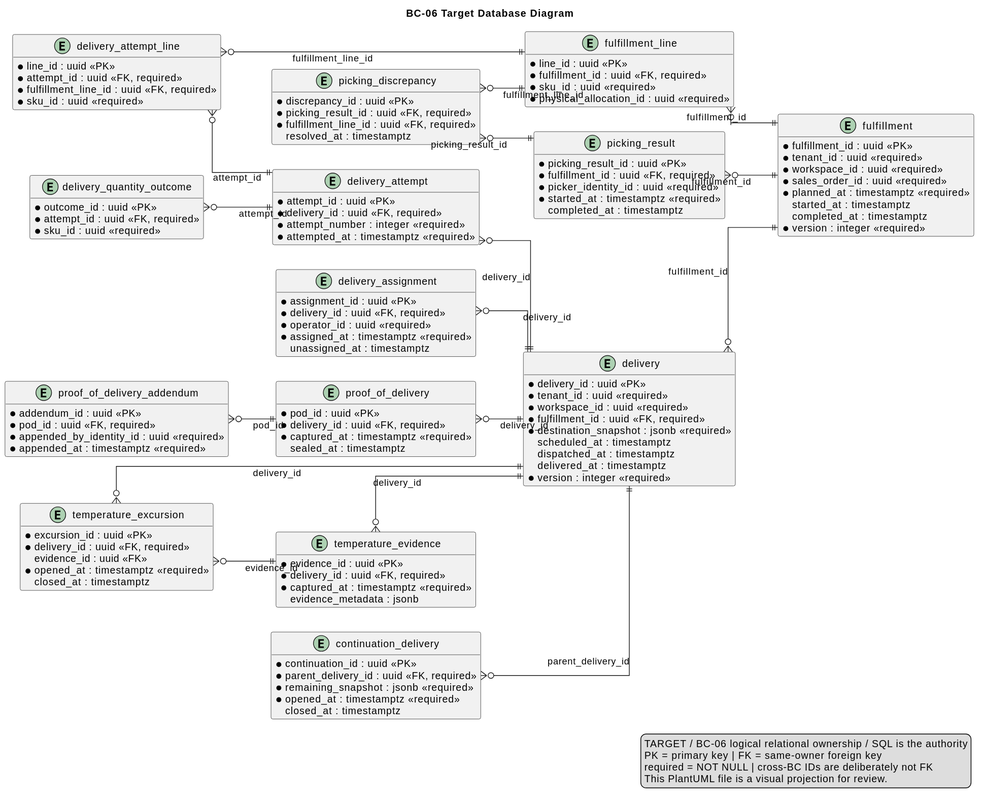
nexa-suite/blueprint keeps this PlantUML diagram as 01-shared/domain/bounded-contexts/BC-06-fulfillment-delivery/data/database-diagram.svg. Above is the earlier version. Its diagram source:
```plantuml
@startuml
title BC-06 Target Database Diagram
left to right direction
hide methods
skinparam shadowing false
skinparam linetype ortho
skinparam entity {
  BackgroundColor #F8FAFC
  BorderColor #334155
  FontColor #0F172A
}

entity "fulfillment" as t_fulfillment {
  * fulfillment_id : uuid <<PK>>
  * tenant_id : uuid <<required>>
  * workspace_id : uuid <<required>>
  * sales_order_id : uuid <<required>>
  * status : varchar(32) <<required>>
  * planned_at : timestamptz <<required>>
    started_at : timestamptz
    completed_at : timestamptz
  * version : integer <<required>>
}

entity "fulfillment_line" as t_fulfillment_line {
  * line_id : uuid <<PK>>
  * fulfillment_id : uuid <<FK, required>>
  * sku_id : uuid <<required>>
  * physical_allocation_id : uuid <<required>>
  * planned_quantity : numeric(19,6) <<required>>
  * picked_quantity : numeric(19,6) <<required>>
}

entity "picking_result" as t_picking_result {
  * picking_result_id : uuid <<PK>>
  * fulfillment_id : uuid <<FK, required>>
  * status : varchar(32) <<required>>
  * picker_identity_id : uuid <<required>>
  * started_at : timestamptz <<required>>
    completed_at : timestamptz
}

entity "picking_discrepancy" as t_picking_discrepancy {
  * discrepancy_id : uuid <<PK>>
  * picking_result_id : uuid <<FK, required>>
  * fulfillment_line_id : uuid <<FK, required>>
  * kind : varchar(32) <<required>>
  * quantity : numeric(19,6) <<required>>
    resolution : varchar(500)
    resolved_at : timestamptz
}

entity "delivery" as t_delivery {
  * delivery_id : uuid <<PK>>
  * tenant_id : uuid <<required>>
  * workspace_id : uuid <<required>>
  * fulfillment_id : uuid <<FK, required>>
  * status : varchar(32) <<required>>
  * destination_snapshot : jsonb <<required>>
    scheduled_at : timestamptz
    dispatched_at : timestamptz
    delivered_at : timestamptz
  * version : integer <<required>>
}

entity "delivery_assignment" as t_delivery_assignment {
  * assignment_id : uuid <<PK>>
  * delivery_id : uuid <<FK, required>>
  * operator_id : uuid <<required>>
    vehicle_reference : varchar(120)
  * assigned_at : timestamptz <<required>>
    unassigned_at : timestamptz
}

entity "delivery_attempt" as t_delivery_attempt {
  * attempt_id : uuid <<PK>>
  * delivery_id : uuid <<FK, required>>
  * attempt_number : integer <<required>>
  * outcome : varchar(32) <<required>>
  * attempted_at : timestamptz <<required>>
    notes : varchar(1000)
}

entity "delivery_attempt_line" as t_delivery_attempt_line {
  * line_id : uuid <<PK>>
  * attempt_id : uuid <<FK, required>>
  * fulfillment_line_id : uuid <<FK, required>>
  * sku_id : uuid <<required>>
  * attempted_quantity : numeric(19,6) <<required>>
  * received_quantity : numeric(19,6) <<required>>
}

entity "delivery_quantity_outcome" as t_delivery_quantity_outcome {
  * outcome_id : uuid <<PK>>
  * attempt_id : uuid <<FK, required>>
  * sku_id : uuid <<required>>
  * fulfilled_quantity : numeric(19,6) <<required>>
  * short_quantity : numeric(19,6) <<required>>
    reason : varchar(500)
}

entity "proof_of_delivery" as t_proof_of_delivery {
  * pod_id : uuid <<PK>>
  * delivery_id : uuid <<FK, required>>
  * status : varchar(32) <<required>>
    recipient_name : varchar(200)
    signature_object_key : varchar(500)
  * captured_at : timestamptz <<required>>
    sealed_at : timestamptz
}

entity "proof_of_delivery_addendum" as t_proof_of_delivery_addendum {
  * addendum_id : uuid <<PK>>
  * pod_id : uuid <<FK, required>>
  * reason : varchar(500) <<required>>
    evidence_object_key : varchar(500)
  * appended_by_identity_id : uuid <<required>>
  * appended_at : timestamptz <<required>>
}

entity "temperature_evidence" as t_temperature_evidence {
  * evidence_id : uuid <<PK>>
  * delivery_id : uuid <<FK, required>>
  * captured_at : timestamptz <<required>>
  * temperature_celsius : numeric(8,3) <<required>>
  * source : varchar(80) <<required>>
    evidence_metadata : jsonb
}

entity "temperature_excursion" as t_temperature_excursion {
  * excursion_id : uuid <<PK>>
  * delivery_id : uuid <<FK, required>>
    evidence_id : uuid <<FK>>
  * status : varchar(32) <<required>>
  * reason : varchar(500) <<required>>
  * opened_at : timestamptz <<required>>
    closed_at : timestamptz
}

entity "continuation_delivery" as t_continuation_delivery {
  * continuation_id : uuid <<PK>>
  * parent_delivery_id : uuid <<FK, required>>
  * status : varchar(32) <<required>>
  * remaining_snapshot : jsonb <<required>>
  * opened_at : timestamptz <<required>>
    closed_at : timestamptz
}

t_fulfillment_line }o--|| t_fulfillment : fulfillment_id
t_picking_result }o--|| t_fulfillment : fulfillment_id
t_picking_discrepancy }o--|| t_picking_result : picking_result_id
t_picking_discrepancy }o--|| t_fulfillment_line : fulfillment_line_id
t_delivery }o--|| t_fulfillment : fulfillment_id
t_delivery_assignment }o--|| t_delivery : delivery_id
t_delivery_attempt }o--|| t_delivery : delivery_id
t_delivery_attempt_line }o--|| t_delivery_attempt : attempt_id
t_delivery_attempt_line }o--|| t_fulfillment_line : fulfillment_line_id
t_delivery_quantity_outcome }o--|| t_delivery_attempt : attempt_id
t_proof_of_delivery }o--|| t_delivery : delivery_id
t_proof_of_delivery_addendum }o--|| t_proof_of_delivery : pod_id
t_temperature_evidence }o--|| t_delivery : delivery_id
t_temperature_excursion }o--|| t_delivery : delivery_id
t_temperature_excursion }o--|| t_temperature_evidence : evidence_id
t_continuation_delivery }o--|| t_delivery : parent_delivery_id

legend right
TARGET / BC-06 logical relational ownership / SQL is the authority
PK = primary key | FK = same-owner foreign key
required = NOT NULL | cross-BC IDs are deliberately not FK
This PlantUML file is a visual projection for review.
endlegend
@enduml
```
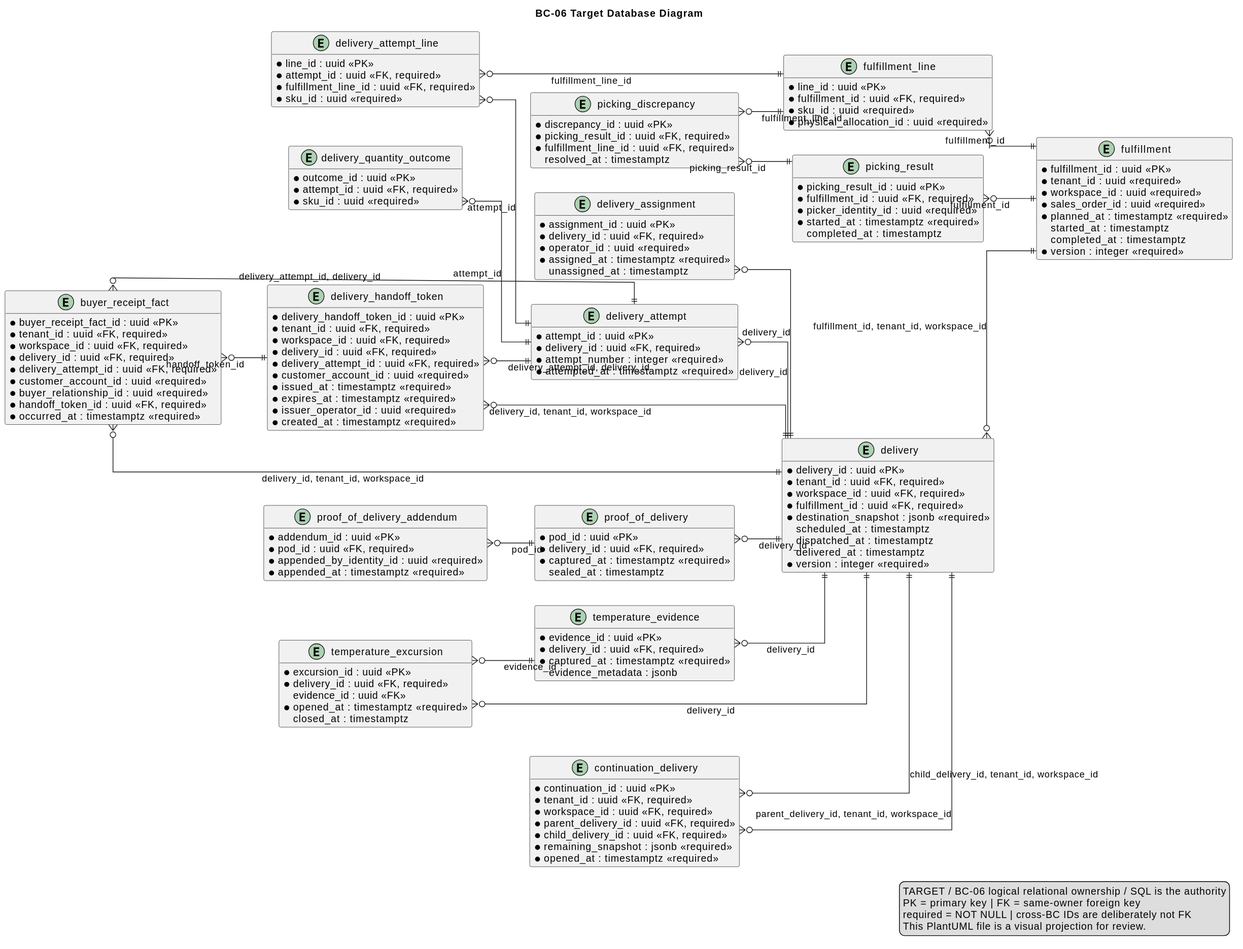
Later version of the same file.

The edit, as a diff of the source:
```diff
@@ -52,8 +52,8 @@
 
 entity "delivery" as t_delivery {
   * delivery_id : uuid <<PK>>
-  * tenant_id : uuid <<required>>
-  * workspace_id : uuid <<required>>
+  * tenant_id : uuid <<FK, required>>
+  * workspace_id : uuid <<FK, required>>
   * fulfillment_id : uuid <<FK, required>>
   * status : varchar(32) <<required>>
   * destination_snapshot : jsonb <<required>>
@@ -99,6 +99,39 @@
     reason : varchar(500)
 }
 
+entity "delivery_handoff_token" as t_delivery_handoff_token {
+  * delivery_handoff_token_id : uuid <<PK>>
+  * tenant_id : uuid <<FK, required>>
+  * workspace_id : uuid <<FK, required>>
+  * delivery_id : uuid <<FK, required>>
+  * delivery_attempt_id : uuid <<FK, required>>
+  * customer_account_id : uuid <<required>>
+  * token_hash : char(64) <<required>>
+  * issued_at : timestamptz <<required>>
+  * expires_at : timestamptz <<required>>
+  * issuer_operator_id : uuid <<required>>
+  * status : varchar(32) <<required>>
+  * idempotency_key : varchar(160) <<required>>
+  * created_at : timestamptz <<required>>
+}
+
+entity "buyer_receipt_fact" as t_buyer_receipt_fact {
+  * buyer_receipt_fact_id : uuid <<PK>>
+  * tenant_id : uuid <<FK, required>>
+  * workspace_id : uuid <<FK, required>>
+  * delivery_id : uuid <<FK, required>>
+  * delivery_attempt_id : uuid <<FK, required>>
+  * customer_account_id : uuid <<required>>
+  * buyer_relationship_id : uuid <<required>>
+  * handoff_token_id : uuid <<FK, required>>
+  * decision : varchar(32) <<required>>
+  * driver_delivered_quantity : numeric(19,6) <<required>>
+  * accepted_quantity : numeric(19,6) <<required>>
+    reason : varchar(2000)
+  * occurred_at : timestamptz <<required>>
+  * idempotency_key : varchar(160) <<required>>
+}
+
 entity "proof_of_delivery" as t_proof_of_delivery {
   * pod_id : uuid <<PK>>
   * delivery_id : uuid <<FK, required>>
@@ -139,29 +172,37 @@
 
 entity "continuation_delivery" as t_continuation_delivery {
   * continuation_id : uuid <<PK>>
+  * tenant_id : uuid <<FK, required>>
+  * workspace_id : uuid <<FK, required>>
   * parent_delivery_id : uuid <<FK, required>>
-  * status : varchar(32) <<required>>
+  * child_delivery_id : uuid <<FK, required>>
   * remaining_snapshot : jsonb <<required>>
   * opened_at : timestamptz <<required>>
-    closed_at : timestamptz
+  * idempotency_key : varchar(160) <<required>>
 }
 
 t_fulfillment_line }o--|| t_fulfillment : fulfillment_id
 t_picking_result }o--|| t_fulfillment : fulfillment_id
 t_picking_discrepancy }o--|| t_picking_result : picking_result_id
 t_picking_discrepancy }o--|| t_fulfillment_line : fulfillment_line_id
-t_delivery }o--|| t_fulfillment : fulfillment_id
+t_delivery }o--|| t_fulfillment : fulfillment_id, tenant_id, workspace_id
 t_delivery_assignment }o--|| t_delivery : delivery_id
 t_delivery_attempt }o--|| t_delivery : delivery_id
 t_delivery_attempt_line }o--|| t_delivery_attempt : attempt_id
 t_delivery_attempt_line }o--|| t_fulfillment_line : fulfillment_line_id
 t_delivery_quantity_outcome }o--|| t_delivery_attempt : attempt_id
+t_delivery_handoff_token }o--|| t_delivery : delivery_id, tenant_id, workspace_id
+t_delivery_handoff_token }o--|| t_delivery_attempt : delivery_attempt_id, delivery_id
+t_buyer_receipt_fact }o--|| t_delivery_handoff_token : handoff_token_id
+t_buyer_receipt_fact }o--|| t_delivery : delivery_id, tenant_id, workspace_id
+t_buyer_receipt_fact }o--|| t_delivery_attempt : delivery_attempt_id, delivery_id
 t_proof_of_delivery }o--|| t_delivery : delivery_id
 t_proof_of_delivery_addendum }o--|| t_proof_of_delivery : pod_id
 t_temperature_evidence }o--|| t_delivery : delivery_id
 t_temperature_excursion }o--|| t_delivery : delivery_id
 t_temperature_excursion }o--|| t_temperature_evidence : evidence_id
-t_continuation_delivery }o--|| t_delivery : parent_delivery_id
+t_continuation_delivery }o--|| t_delivery : parent_delivery_id, tenant_id, workspace_id
+t_continuation_delivery }o--|| t_delivery : child_delivery_id, tenant_id, workspace_id
 
 legend right
 TARGET / BC-06 logical relational ownership / SQL is the authority
```
